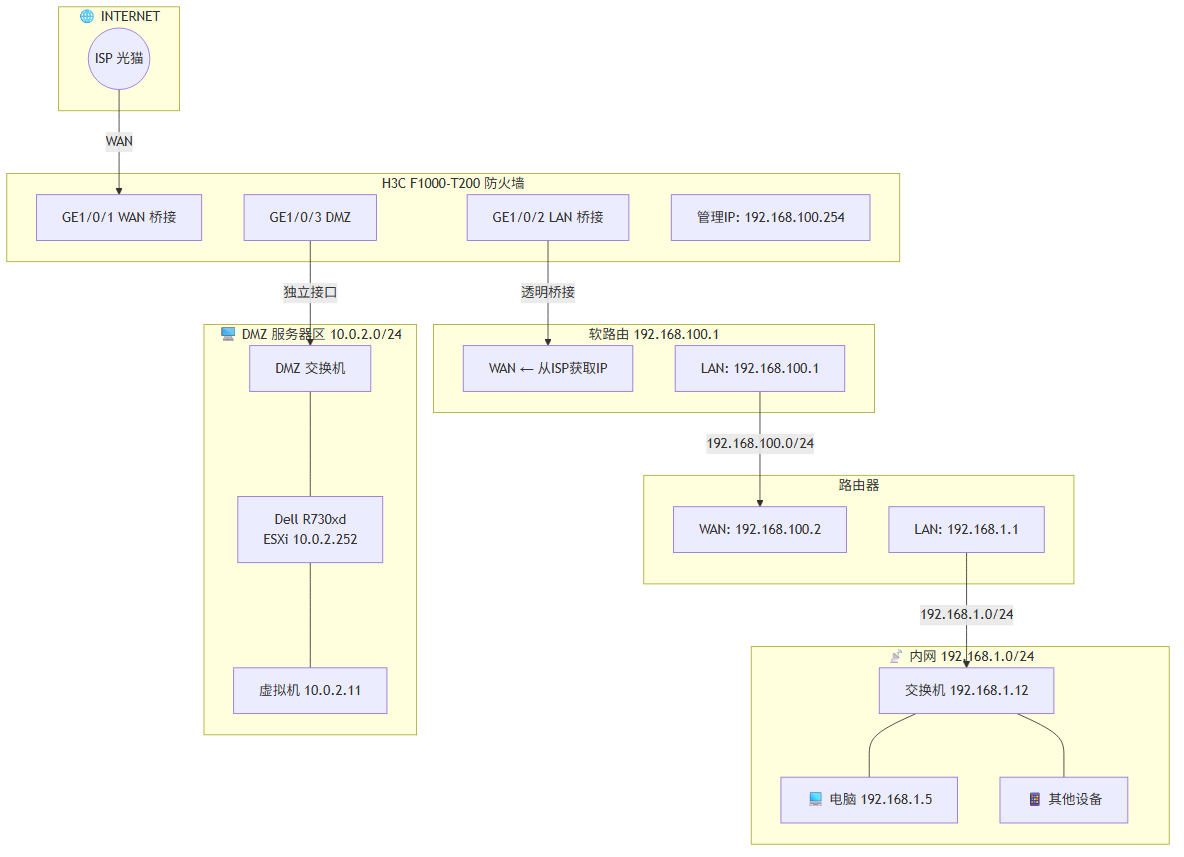
Earlier version of the Mermaid export source/img/topo-full.png (never-give-up-cn/myhome). Its source is kept beside it as source/img/topo-full.mmd. Its diagram source:
```mermaid
graph TB
    subgraph INTERNET["🌐 INTERNET"]
        ISP(("ISP 光猫"))
    end

    subgraph FW["H3C F1000-T200 防火墙"]
        GE1["GE1/0/1 WAN 桥接"]
        GE2["GE1/0/2 LAN 桥接"]
        GE3["GE1/0/3 DMZ"]
        MGMT["管理IP: 192.168.100.254"]
    end

    subgraph SR["软路由 192.168.100.1"]
        SR_WAN["WAN ← 从ISP获取IP"]
        SR_LAN["LAN: 192.168.100.1"]
    end

    subgraph R2["路由器"]
        R2_WAN["WAN: 192.168.100.2"]
        R2_LAN["LAN: 192.168.1.1"]
    end

    subgraph LAN["📡 内网 192.168.1.0/24"]
        SW["交换机 192.168.1.12"]
        PC["💻 电脑 192.168.1.5"]
        OTHER["📱 其他设备"]
    end

    subgraph DMZ["🖥️ DMZ 服务器区 10.0.2.0/24"]
        DMZ_SW["DMZ 交换机"]
        R730xd["Dell R730xd<br/>ESXi 10.0.2.252"]
        VM["虚拟机 10.0.2.11"]
    end

    ISP -->|"WAN"| GE1
    GE2 -->|"透明桥接"| SR_WAN
    SR_LAN -->|"192.168.100.0/24"| R2_WAN
    R2_LAN -->|"192.168.1.0/24"| SW
    SW --- PC
    SW --- OTHER
    GE3 -->|"独立接口"| DMZ_SW
    DMZ_SW --- R730xd
    R730xd --- VM
```
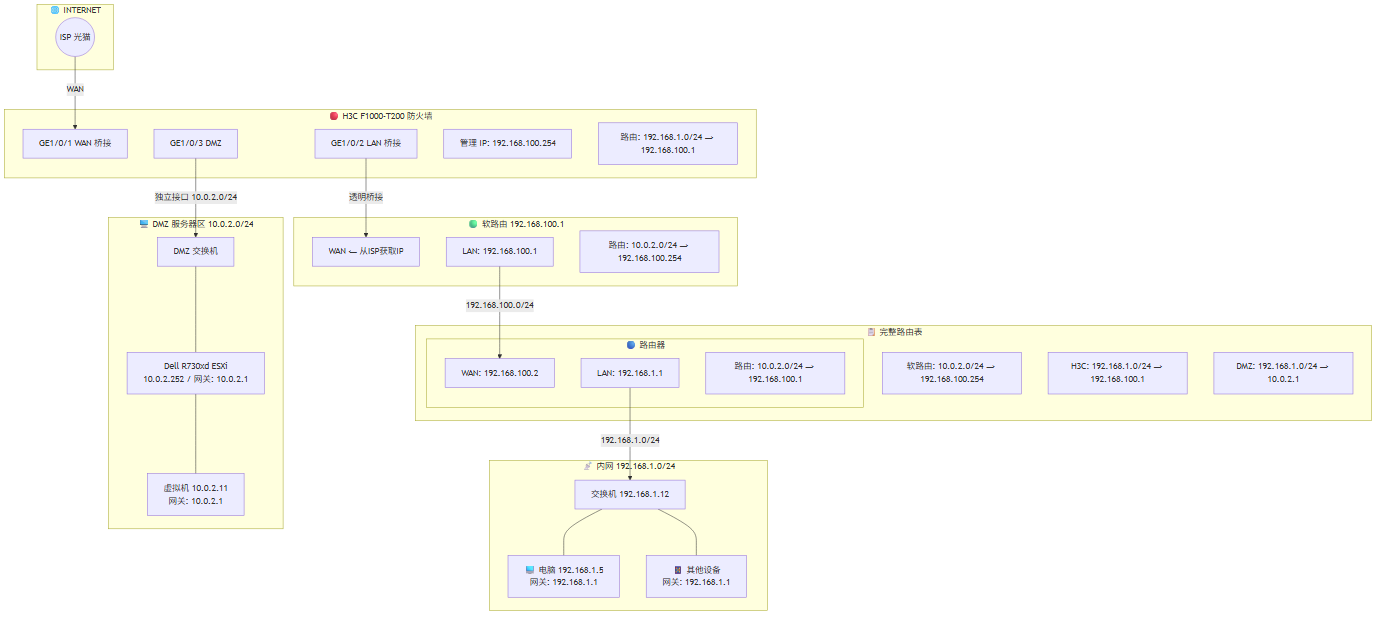
Above is the later version.

Commit message:
feat: 拓扑图中新增路由表

Diff of the diagram source:
```diff
@@ -3,33 +3,36 @@
         ISP(("ISP 光猫"))
     end
 
-    subgraph FW["H3C F1000-T200 防火墙"]
+    subgraph FW["🔴 H3C F1000-T200 防火墙"]
         GE1["GE1/0/1 WAN 桥接"]
         GE2["GE1/0/2 LAN 桥接"]
         GE3["GE1/0/3 DMZ"]
-        MGMT["管理IP: 192.168.100.254"]
+        MGMT["管理 IP: 192.168.100.254"]
+        FW_R["路由: 192.168.1.0/24 → 192.168.100.1"]
     end
 
-    subgraph SR["软路由 192.168.100.1"]
+    subgraph SR["🟢 软路由 192.168.100.1"]
         SR_WAN["WAN ← 从ISP获取IP"]
         SR_LAN["LAN: 192.168.100.1"]
+        SR_R["路由: 10.0.2.0/24 → 192.168.100.254"]
     end
 
-    subgraph R2["路由器"]
+    subgraph R2["🔵 路由器"]
         R2_WAN["WAN: 192.168.100.2"]
         R2_LAN["LAN: 192.168.1.1"]
+        R2_R["路由: 10.0.2.0/24 → 192.168.100.1"]
     end
 
     subgraph LAN["📡 内网 192.168.1.0/24"]
         SW["交换机 192.168.1.12"]
-        PC["💻 电脑 192.168.1.5"]
-        OTHER["📱 其他设备"]
+        PC["💻 电脑 192.168.1.5<br/>网关: 192.168.1.1"]
+        OTHER["📱 其他设备<br/>网关: 192.168.1.1"]
     end
 
     subgraph DMZ["🖥️ DMZ 服务器区 10.0.2.0/24"]
         DMZ_SW["DMZ 交换机"]
-        R730xd["Dell R730xd<br/>ESXi 10.0.2.252"]
-        VM["虚拟机 10.0.2.11"]
+        R730xd["Dell R730xd ESXi<br/>10.0.2.252 / 网关: 10.0.2.1"]
+        VM["虚拟机 10.0.2.11<br/>网关: 10.0.2.1"]
     end
 
     ISP -->|"WAN"| GE1
@@ -38,6 +41,13 @@
     R2_LAN -->|"192.168.1.0/24"| SW
     SW --- PC
     SW --- OTHER
-    GE3 -->|"独立接口"| DMZ_SW
+    GE3 -->|"独立接口 10.0.2.0/24"| DMZ_SW
     DMZ_SW --- R730xd
     R730xd --- VM
+
+    subgraph ROUTES["📋 完整路由表"]
+        R1["软路由: 10.0.2.0/24 → 192.168.100.254"]
+        R2["路由器: 10.0.2.0/24 → 192.168.100.1"]
+        R3["H3C: 192.168.1.0/24 → 192.168.100.1"]
+        R4["DMZ: 192.168.1.0/24 → 10.0.2.1"]
+    end
```
